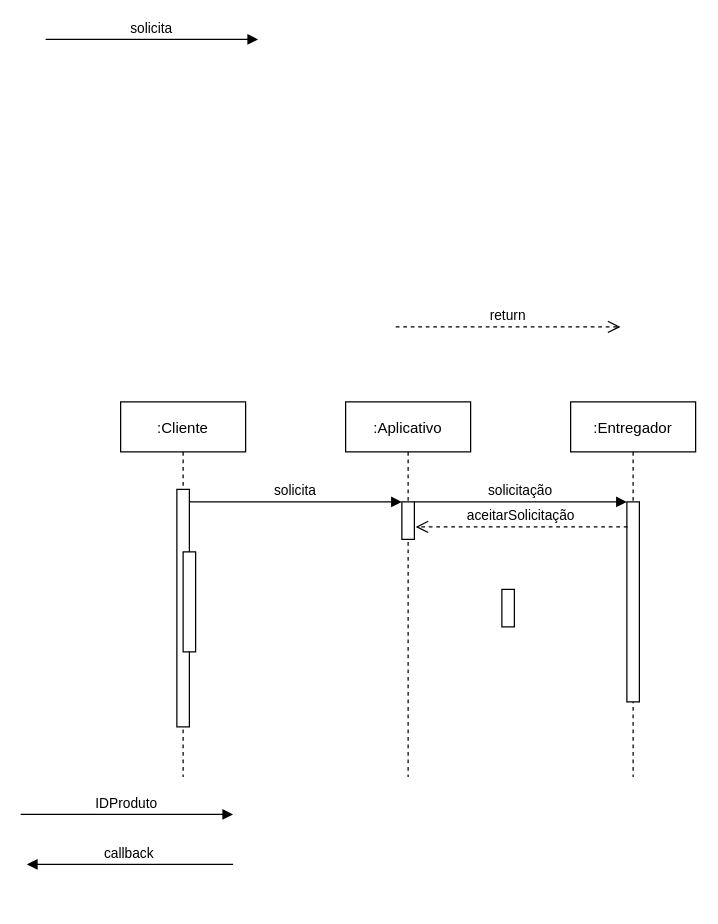
The draw.io diagram Caso de uso extendido.drawio in bruniculos08/SOFT003, before the edit. Source tidied: cells renumbered, new cells numbered last; positions are measured from the earlier drawing's top-left corner, leaving out a move shared by most shapes. Both pictures are drawn from the tidied source at 125%, with x=0, y=0 at pixel (20, 39).
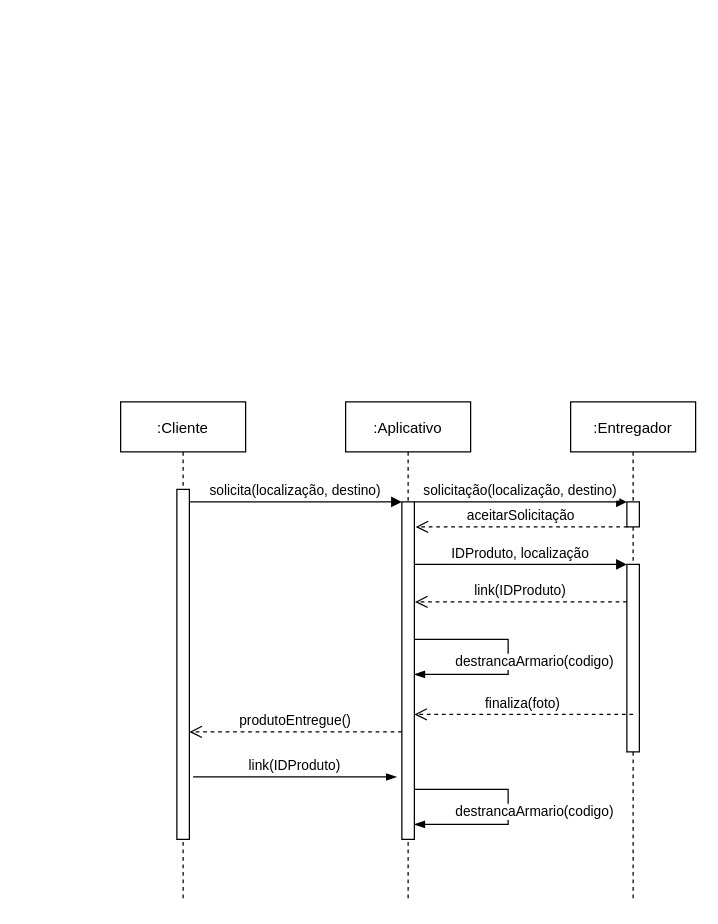
The same page after the edit.

Change to the diagram source:
```diff
@@
-<mxGraphModel>
+<mxGraphModel background="#ffffff">
@@
     <mxCell id="2" value=":Cliente" style="shape=umlLifeline;perimeter=lifelinePerimeter;rounded=0;shadow=0;strokeWidth=1;" parent="1" vertex="1">
-      <mxGeometry x="80" y="290" width="100" height="300" as="geometry" />
+      <mxGeometry x="80" y="290" width="100" height="400" as="geometry" />
     </mxCell>
     <mxCell id="3" style="points=[];perimeter=orthogonalPerimeter;rounded=0;shadow=0;strokeWidth=1;" parent="2" vertex="1">
-      <mxGeometry x="45" y="70" width="10" height="190" as="geometry" />
+      <mxGeometry x="45" y="70" width="10" height="280" as="geometry" />
     </mxCell>
-    <mxCell id="4" style="perimeter=orthogonalPerimeter;rounded=0;shadow=0;strokeWidth=1;" parent="2" vertex="1">
-      <mxGeometry x="50" y="120" width="10" height="80" as="geometry" />
-    </mxCell>
     <mxCell id="5" value=":Aplicativo" style="shape=umlLifeline;perimeter=lifelinePerimeter;rounded=0;shadow=0;strokeWidth=1;" parent="1" vertex="1">
-      <mxGeometry x="260" y="290" width="100" height="300" as="geometry" />
+      <mxGeometry x="260" y="290" width="100" height="400" as="geometry" />
     </mxCell>
     <mxCell id="6" style="points=[];perimeter=orthogonalPerimeter;rounded=0;shadow=0;strokeWidth=1;" parent="5" vertex="1">
-      <mxGeometry x="45" y="80" width="10" height="30" as="geometry" />
+      <mxGeometry x="45" y="80" width="10" height="270" as="geometry" />
     </mxCell>
-    <mxCell id="7" value="solicitação" style="verticalAlign=bottom;endArrow=block;entryX=0;entryY=0;shadow=0;strokeWidth=1;" parent="5" edge="1">
+    <mxCell id="7" value="solicitação(localização, destino)" style="verticalAlign=bottom;endArrow=block;entryX=0;entryY=0;shadow=0;strokeWidth=1;" parent="5" edge="1">
       <mxGeometry relative="1" as="geometry">
         <mxPoint x="55" y="80" as="sourcePoint" />
         <mxPoint x="225" y="80" as="targetPoint" />
       </mxGeometry>
     </mxCell>
+    <mxCell id="17" value="IDProduto, localização" style="verticalAlign=bottom;endArrow=block;entryX=0;entryY=0;shadow=0;strokeWidth=1;" parent="5" edge="1">
+      <mxGeometry relative="1" as="geometry">
+        <mxPoint x="55" y="130" as="sourcePoint" />
+        <mxPoint x="225" y="130" as="targetPoint" />
+      </mxGeometry>
+    </mxCell>
+    <mxCell id="18" style="edgeStyle=orthogonalEdgeStyle;rounded=0;orthogonalLoop=1;jettySize=auto;html=1;endArrow=blockThin;endFill=1;" parent="5" edge="1" source="6" target="6">
+      <mxGeometry relative="1" as="geometry">
+        <Array as="points">
+          <mxPoint x="130" y="190" />
+          <mxPoint x="130" y="218" />
+        </Array>
+      </mxGeometry>
+    </mxCell>
+    <mxCell id="19" value="destrancaArmario(codigo)" style="edgeLabel;html=1;align=center;verticalAlign=middle;" parent="18" vertex="1">
+      <mxGeometry x="0.13" relative="1" as="geometry">
+        <mxPoint x="20" y="-9" as="offset" />
+      </mxGeometry>
+    </mxCell>
-    <mxCell id="8" value="solicita" style="verticalAlign=bottom;endArrow=block;entryX=0;entryY=0;shadow=0;strokeWidth=1;" parent="1" edge="1" source="3" target="6">
+    <mxCell id="8" value="solicita(localização, destino)" style="verticalAlign=bottom;endArrow=block;entryX=0;entryY=0;shadow=0;strokeWidth=1;" parent="1" edge="1" source="3" target="6">
       <mxGeometry relative="1" as="geometry" />
     </mxCell>
     <mxCell id="9" value=":Entregador" style="shape=umlLifeline;perimeter=lifelinePerimeter;rounded=0;shadow=0;strokeWidth=1;" parent="1" vertex="1">
-      <mxGeometry x="440" y="290" width="100" height="300" as="geometry" />
+      <mxGeometry x="440" y="290" width="100" height="400" as="geometry" />
     </mxCell>
     <mxCell id="10" style="perimeter=orthogonalPerimeter;rounded=0;shadow=0;strokeWidth=1;" parent="9" vertex="1">
-      <mxGeometry x="45" y="80" width="10" height="160" as="geometry" />
+      <mxGeometry x="45" y="80" width="10" height="20" as="geometry" />
     </mxCell>
-    <mxCell id="11" style="perimeter=orthogonalPerimeter;rounded=0;shadow=0;strokeWidth=1;" parent="1" vertex="1">
-      <mxGeometry x="385" y="440" width="10" height="30" as="geometry" />
+    <mxCell id="11" style="perimeter=orthogonalPerimeter;rounded=0;shadow=0;strokeWidth=1;" parent="9" vertex="1">
+      <mxGeometry x="45" y="130" width="10" height="150" as="geometry" />
     </mxCell>
-    <mxCell id="12" value="IDProduto" style="verticalAlign=bottom;endArrow=block;entryX=0;entryY=0;shadow=0;strokeWidth=1;" parent="1" edge="1">
-      <mxGeometry relative="1" as="geometry">
-        <mxPoint y="620" as="sourcePoint" />
-        <mxPoint x="170" y="620" as="targetPoint" />
-      </mxGeometry>
-    </mxCell>
-    <mxCell id="13" value="callback" style="verticalAlign=bottom;endArrow=block;entryX=1;entryY=0;shadow=0;strokeWidth=1;" parent="1" edge="1">
-      <mxGeometry relative="1" as="geometry">
-        <mxPoint x="170" y="660" as="sourcePoint" />
-        <mxPoint x="5" y="660" as="targetPoint" />
-      </mxGeometry>
-    </mxCell>
-    <mxCell id="14" value="solicita" style="verticalAlign=bottom;endArrow=block;entryX=0;entryY=0;shadow=0;strokeWidth=1;" parent="1" edge="1">
-      <mxGeometry relative="1" as="geometry">
-        <mxPoint x="20" as="sourcePoint" />
-        <mxPoint x="190" as="targetPoint" />
-      </mxGeometry>
-    </mxCell>
+    <mxCell id="20" value="link(IDProduto)" style="verticalAlign=bottom;endArrow=open;dashed=1;endSize=8;shadow=0;strokeWidth=1;" parent="9" edge="1">
+      <mxGeometry relative="1" as="geometry">
+        <mxPoint x="45" y="160" as="sourcePoint" />
+        <mxPoint x="-124.5" y="160" as="targetPoint" />
+        <Array as="points">
+          <mxPoint x="-74.5" y="160" />
+        </Array>
+      </mxGeometry>
+    </mxCell>
@@
-    <mxCell id="16" value="return" style="verticalAlign=bottom;endArrow=open;dashed=1;endSize=8;shadow=0;strokeWidth=1;" parent="1" edge="1">
-      <mxGeometry relative="1" as="geometry">
-        <mxPoint x="300.1" y="230" as="sourcePoint" />
-        <mxPoint x="479.9" y="230" as="targetPoint" />
-      </mxGeometry>
-    </mxCell>
+    <mxCell id="21" value="finaliza(foto)" style="verticalAlign=bottom;endArrow=open;dashed=1;endSize=8;shadow=0;strokeWidth=1;" parent="1" edge="1">
+      <mxGeometry relative="1" as="geometry">
+        <mxPoint x="490" y="540" as="sourcePoint" />
+        <mxPoint x="315" y="540" as="targetPoint" />
+        <Array as="points">
+          <mxPoint x="355" y="540" />
+        </Array>
+      </mxGeometry>
+    </mxCell>
+    <mxCell id="22" value="produtoEntregue()" style="verticalAlign=bottom;endArrow=open;dashed=1;endSize=8;shadow=0;strokeWidth=1;" parent="1" edge="1">
+      <mxGeometry relative="1" as="geometry">
+        <mxPoint x="305" y="554" as="sourcePoint" />
+        <mxPoint x="135" y="554" as="targetPoint" />
+        <Array as="points">
+          <mxPoint x="165" y="554" />
+        </Array>
+      </mxGeometry>
+    </mxCell>
+    <mxCell id="23" style="edgeStyle=orthogonalEdgeStyle;rounded=0;orthogonalLoop=1;jettySize=auto;html=1;entryX=-0.208;entryY=0.957;entryDx=0;entryDy=0;entryPerimeter=0;endArrow=blockThin;endFill=1;" parent="1" edge="1">
+      <mxGeometry relative="1" as="geometry">
+        <mxPoint x="138" y="590" as="sourcePoint" />
+        <mxPoint x="300.9" y="590.1" as="targetPoint" />
+        <Array as="points">
+          <mxPoint x="263" y="590" />
+          <mxPoint x="263" y="590" />
+        </Array>
+      </mxGeometry>
+    </mxCell>
+    <mxCell id="24" value="link(IDProduto)" style="edgeLabel;html=1;align=center;verticalAlign=middle;" parent="23" vertex="1">
+      <mxGeometry x="-0.41" y="-1" relative="1" as="geometry">
+        <mxPoint x="32" y="-11" as="offset" />
+      </mxGeometry>
+    </mxCell>
+    <mxCell id="25" style="edgeStyle=orthogonalEdgeStyle;rounded=0;orthogonalLoop=1;jettySize=auto;html=1;endArrow=blockThin;endFill=1;" parent="1" edge="1">
+      <mxGeometry relative="1" as="geometry">
+        <mxPoint x="315" y="600" as="sourcePoint" />
+        <mxPoint x="315" y="628" as="targetPoint" />
+        <Array as="points">
+          <mxPoint x="390" y="600" />
+          <mxPoint x="390" y="628" />
+        </Array>
+      </mxGeometry>
+    </mxCell>
+    <mxCell id="26" value="destrancaArmario(codigo)" style="edgeLabel;html=1;align=center;verticalAlign=middle;" parent="25" vertex="1">
+      <mxGeometry x="0.13" relative="1" as="geometry">
+        <mxPoint x="20" y="-9" as="offset" />
+      </mxGeometry>
+    </mxCell>
```
